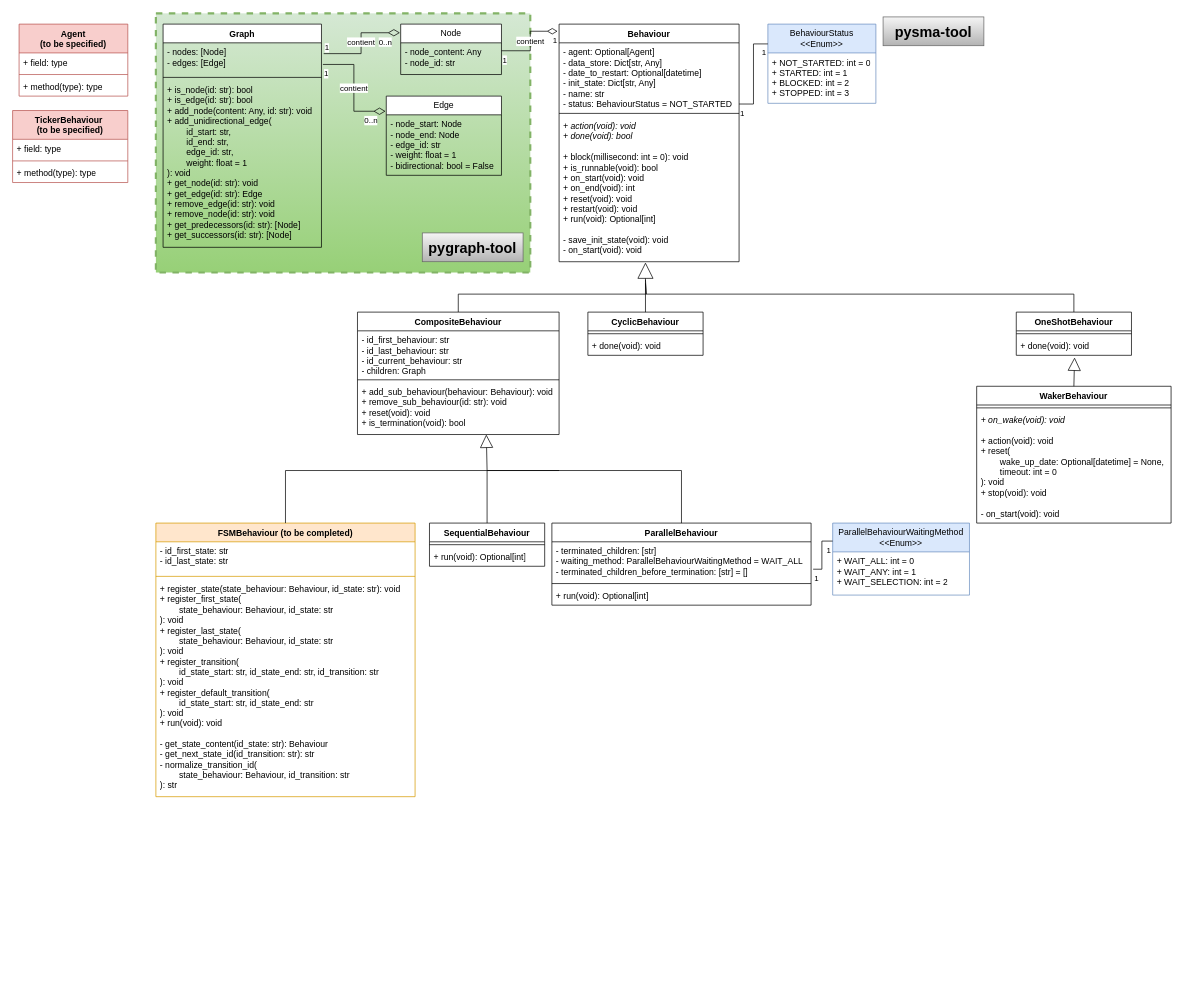
This is spec_sma.drawio from DevAI-64/pysma-tool, a draw.io file, before an edit. Source tidied: cells renumbered, new cells numbered last; positions are measured from the earlier drawing's top-left corner, leaving out a move shared by most shapes. Both pictures are drawn from the tidied source at 72%, with x=0, y=0 at pixel (12, 13).
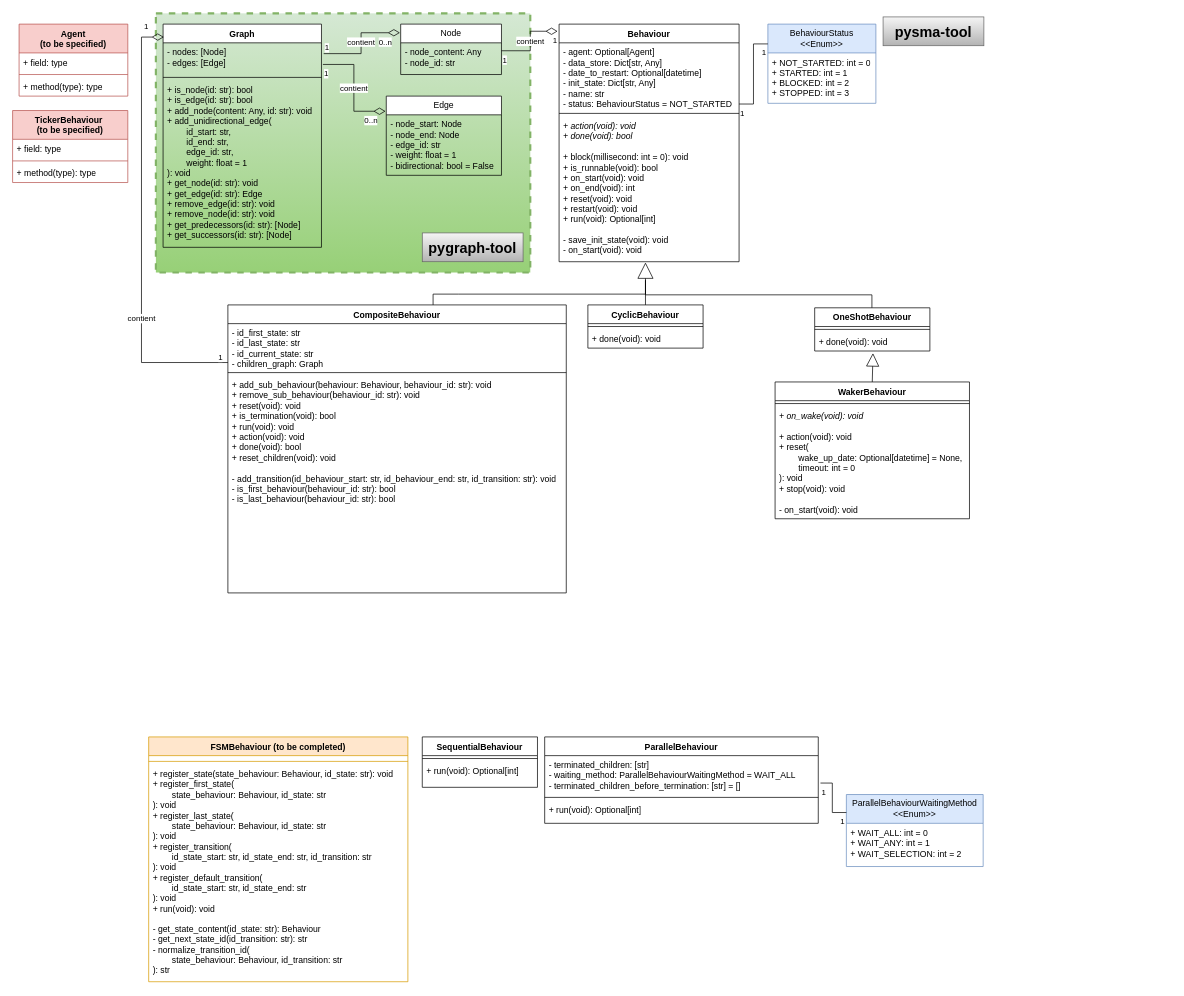
After the change.

Commit message:
Mettre à jour spec_sma.drawio

Unchanged cells that the change refers to:
```xml
<mxCell id="3" value="Graph" style="swimlane;fontStyle=1;align=center;verticalAlign=top;horizontal=1;startSize=26;whiteSpace=wrap;html=1;rounded=0;" parent="1" vertex="1">
  <mxGeometry x="209" y="15" width="220" height="310" as="geometry" />
</mxCell>
<mxCell id="8" value="- node_content: Any&lt;div&gt;- node_id: str&lt;/div&gt;" style="text;strokeColor=none;fillColor=none;align=left;verticalAlign=top;spacingLeft=4;spacingRight=4;overflow=hidden;points=[[0,0.5],[1,0.5]];portConstraint=eastwest;whiteSpace=wrap;html=1;rounded=0;" parent="7" vertex="1">
  <mxGeometry y="26" width="140" height="44" as="geometry" />
</mxCell>
<mxCell id="17" value="Behaviour" style="swimlane;fontStyle=1;align=center;verticalAlign=top;horizontal=1;startSize=26;whiteSpace=wrap;html=1;rounded=0;" parent="1" vertex="1">
  <mxGeometry x="759" y="15" width="250" height="330" as="geometry" />
</mxCell>
```

The edit, as a diff of the source:
```diff
@@
-    <mxCell id="21" value="contient" style="endArrow=diamondThin;html=1;endSize=12;startArrow=none;startSize=14;startFill=0;edgeStyle=orthogonalEdgeStyle;rounded=0;entryX=-0.008;entryY=0.03;entryDx=0;entryDy=0;entryPerimeter=0;endFill=0;exitX=1;exitY=0.25;exitDx=0;exitDy=0;exitPerimeter=0;" parent="1" edge="1" source="8" target="17">
+    <mxCell id="21" value="contient" style="endArrow=diamondThin;html=1;endSize=14;startArrow=none;startSize=14;startFill=0;edgeStyle=orthogonalEdgeStyle;rounded=0;entryX=-0.008;entryY=0.03;entryDx=0;entryDy=0;entryPerimeter=0;endFill=0;exitX=1;exitY=0.25;exitDx=0;exitDy=0;exitPerimeter=0;" parent="1" edge="1" source="8" target="17">
       <mxGeometry relative="1" as="geometry" />
     </mxCell>
@@
-    <mxCell id="24" style="edgeStyle=orthogonalEdgeStyle;rounded=0;jettySize=auto;html=1;exitX=0.5;exitY=0;exitDx=0;exitDy=0;endArrow=none;endFill=0;exitPerimeter=0;" parent="1" edge="1" source="25">
-      <mxGeometry relative="1" as="geometry">
-        <mxPoint x="879" y="375" as="targetPoint" />
-        <Array as="points">
-          <mxPoint x="1474" y="390" />
-          <mxPoint x="880" y="390" />
-        </Array>
-      </mxGeometry>
-    </mxCell>
+    <mxCell id="75" style="edgeStyle=orthogonalEdgeStyle;rounded=0;orthogonalLoop=1;jettySize=auto;html=1;endArrow=none;endFill=0;" parent="1" edge="1">
+      <mxGeometry relative="1" as="geometry">
+        <mxPoint x="1189" y="415" as="sourcePoint" />
+        <mxPoint x="879" y="371" as="targetPoint" />
+        <Array as="points">
+          <mxPoint x="1193.5" y="391" />
+          <mxPoint x="879.5" y="391" />
+        </Array>
+      </mxGeometry>
+    </mxCell>
     <mxCell id="25" value="OneShotBehaviour" style="swimlane;fontStyle=1;align=center;verticalAlign=top;horizontal=1;startSize=26;whiteSpace=wrap;html=1;rounded=0;" parent="1" vertex="1">
-      <mxGeometry x="1394" y="415" width="160" height="60" as="geometry" />
+      <mxGeometry x="1114" y="409" width="160" height="60" as="geometry" />
     </mxCell>
@@
     <mxCell id="28" value="CyclicBehaviour" style="swimlane;fontStyle=1;align=center;verticalAlign=top;horizontal=1;startSize=26;whiteSpace=wrap;html=1;rounded=0;" parent="1" vertex="1">
-      <mxGeometry x="799" y="415" width="160" height="60" as="geometry" />
+      <mxGeometry x="799" y="405" width="160" height="60" as="geometry" />
     </mxCell>
@@
     <mxCell id="31" value="WakerBehaviour" style="swimlane;fontStyle=1;align=center;verticalAlign=top;horizontal=1;startSize=26;whiteSpace=wrap;html=1;rounded=0;" parent="1" vertex="1">
-      <mxGeometry x="1339" y="518" width="270" height="190" as="geometry" />
+      <mxGeometry x="1059" y="512" width="270" height="190" as="geometry" />
     </mxCell>
@@
-    <mxCell id="34" style="edgeStyle=orthogonalEdgeStyle;rounded=0;jettySize=auto;html=1;endArrow=none;endFill=0;exitX=0.5;exitY=0;exitDx=0;exitDy=0;" parent="1" edge="1" source="35">
+    <mxCell id="34" style="edgeStyle=orthogonalEdgeStyle;rounded=0;orthogonalLoop=1;jettySize=auto;html=1;endArrow=none;endFill=0;exitX=0.5;exitY=0;exitDx=0;exitDy=0;" parent="1" edge="1">
       <mxGeometry relative="1" as="geometry">
+        <mxPoint x="584" y="405" as="sourcePoint" />
         <mxPoint x="879" y="370" as="targetPoint" />
         <Array as="points">
           <mxPoint x="619" y="390" />
           <mxPoint x="880" y="390" />
         </Array>
       </mxGeometry>
     </mxCell>
     <mxCell id="35" value="CompositeBehaviour" style="swimlane;fontStyle=1;align=center;verticalAlign=top;horizontal=1;startSize=26;whiteSpace=wrap;html=1;rounded=0;" parent="1" vertex="1">
-      <mxGeometry x="479" y="415" width="280" height="170" as="geometry" />
+      <mxGeometry x="299" y="405" width="470" height="400" as="geometry" />
     </mxCell>
-    <mxCell id="36" value="- id_first_behaviour: str&lt;div&gt;- id_last_behaviour: str&lt;/div&gt;&lt;div&gt;- id_current_behaviour: str&lt;/div&gt;&lt;div&gt;- children: Graph&lt;/div&gt;" style="text;strokeColor=none;fillColor=none;align=left;verticalAlign=top;spacingLeft=4;spacingRight=4;overflow=hidden;points=[[0,0.5],[1,0.5]];portConstraint=eastwest;whiteSpace=wrap;html=1;rounded=0;" parent="35" vertex="1">
-      <mxGeometry y="26" width="280" height="64" as="geometry" />
+    <mxCell id="36" value="- id_first_state: str&lt;div&gt;- id_last_state: str&lt;/div&gt;&lt;div&gt;- id_current_state: str&lt;/div&gt;&lt;div&gt;- children_graph: Graph&lt;/div&gt;" style="text;strokeColor=none;fillColor=none;align=left;verticalAlign=top;spacingLeft=4;spacingRight=4;overflow=hidden;points=[[0,0.5],[1,0.5]];portConstraint=eastwest;whiteSpace=wrap;html=1;rounded=0;" parent="35" vertex="1">
+      <mxGeometry y="26" width="470" height="64" as="geometry" />
     </mxCell>
     <mxCell id="37" style="line;strokeWidth=1;fillColor=none;align=left;verticalAlign=middle;spacingTop=-1;spacingLeft=3;spacingRight=3;labelPosition=right;strokeColor=inherit;rounded=0;" parent="35" vertex="1">
-      <mxGeometry y="90" width="280" height="8" as="geometry" />
+      <mxGeometry y="90" width="470" height="8" as="geometry" />
     </mxCell>
-    <mxCell id="38" value="+ add_sub_behaviour(behaviour: Behaviour): void&lt;div&gt;+ remove_sub_behaviour(id: str): void&lt;/div&gt;&lt;div&gt;+ reset(void): void&lt;/div&gt;&lt;div&gt;+ is_termination(void): bool&lt;br&gt;&lt;div&gt;&lt;br&gt;&lt;/div&gt;&lt;/div&gt;" style="text;strokeColor=none;fillColor=none;align=left;verticalAlign=top;spacingLeft=4;spacingRight=4;overflow=hidden;points=[[0,0.5],[1,0.5]];portConstraint=eastwest;whiteSpace=wrap;html=1;rounded=0;" parent="35" vertex="1">
-      <mxGeometry y="98" width="280" height="72" as="geometry" />
+    <mxCell id="38" value="&lt;div&gt;&lt;div&gt;+ add_sub_behaviour(&lt;span style=&quot;background-color: initial;&quot;&gt;behaviour: Behaviour,&amp;nbsp;&lt;/span&gt;&lt;span style=&quot;background-color: initial;&quot;&gt;behaviour_id: str&lt;/span&gt;&lt;span style=&quot;background-color: initial;&quot;&gt;): void&lt;/span&gt;&lt;/div&gt;&lt;div&gt;&lt;div&gt;+ remove_sub_behaviour(behaviour_id&lt;span style=&quot;background-color: initial;&quot;&gt;: str&lt;/span&gt;&lt;span style=&quot;background-color: initial;&quot;&gt;): void&lt;/span&gt;&lt;/div&gt;&lt;/div&gt;&lt;/div&gt;&lt;div&gt;+ reset(void): void&lt;/div&gt;&lt;div&gt;+ is_termination(void): bool&lt;br&gt;&lt;div&gt;+ run(void): void&lt;/div&gt;&lt;/div&gt;&lt;div&gt;+ action(void): void&lt;/div&gt;&lt;div&gt;+ done(void): bool&lt;/div&gt;&lt;div&gt;+ reset_children(void): void&lt;/div&gt;&lt;div&gt;&lt;br&gt;&lt;/div&gt;&lt;div&gt;- add_transition(id_behaviour_start: str, id_behaviour_end: str, id_transition: str): void&lt;/div&gt;&lt;div&gt;- is_first_behaviour(behaviour_id: str): bool&lt;/div&gt;&lt;div&gt;- is_last_behaviour(behaviour_id: str): bool&lt;/div&gt;&lt;div&gt;&lt;br&gt;&lt;/div&gt;" style="text;strokeColor=none;fillColor=none;align=left;verticalAlign=top;spacingLeft=4;spacingRight=4;overflow=hidden;points=[[0,0.5],[1,0.5]];portConstraint=eastwest;whiteSpace=wrap;html=1;rounded=0;" parent="35" vertex="1">
+      <mxGeometry y="98" width="470" height="302" as="geometry" />
     </mxCell>
     <mxCell id="39" value="FSMBehaviour (to be completed)" style="swimlane;fontStyle=1;align=center;verticalAlign=top;horizontal=1;startSize=26;whiteSpace=wrap;html=1;rounded=0;fillColor=#ffe6cc;strokeColor=#d79b00;" parent="1" vertex="1">
-      <mxGeometry x="199" y="708" width="360" height="380" as="geometry" />
+      <mxGeometry x="189" y="1005" width="360" height="340" as="geometry" />
     </mxCell>
-    <mxCell id="40" value="- id_first_state: str&lt;div&gt;- id_last_state: str&lt;/div&gt;" style="text;strokeColor=none;fillColor=none;align=left;verticalAlign=top;spacingLeft=4;spacingRight=4;overflow=hidden;whiteSpace=wrap;html=1;rounded=0;" parent="39" vertex="1">
-      <mxGeometry y="26" width="360" height="44" as="geometry" />
+    <mxCell id="40" value="&lt;div&gt;&lt;br&gt;&lt;/div&gt;" style="text;strokeColor=none;fillColor=none;align=left;verticalAlign=top;spacingLeft=4;spacingRight=4;overflow=hidden;whiteSpace=wrap;html=1;rounded=0;" parent="39" vertex="1">
+      <mxGeometry y="26" width="360" height="4" as="geometry" />
     </mxCell>
     <mxCell id="41" style="line;strokeWidth=1;fillColor=none;align=left;verticalAlign=middle;spacingTop=-1;spacingLeft=3;spacingRight=3;labelPosition=right;strokeColor=inherit;rounded=0;" parent="39" vertex="1">
-      <mxGeometry y="70" width="360" height="8" as="geometry" />
+      <mxGeometry y="30" width="360" height="8" as="geometry" />
     </mxCell>
     <mxCell id="42" value="+ register_state(state_behaviour: Behaviour, id_state: str): void&lt;div&gt;+ register_first_state(&lt;/div&gt;&lt;div&gt;&lt;span style=&quot;white-space: pre;&quot;&gt;&#9;&lt;/span&gt;state_behaviour: Behaviour,&amp;nbsp;&lt;span style=&quot;background-color: initial;&quot;&gt;id_state: str&lt;/span&gt;&lt;/div&gt;&lt;div&gt;): void&lt;/div&gt;&lt;div&gt;+ register_last_state(&lt;/div&gt;&lt;div&gt;&lt;span style=&quot;white-space: pre;&quot;&gt;&#9;&lt;/span&gt;state_behaviour: Behaviour,&amp;nbsp;&lt;span style=&quot;background-color: initial;&quot;&gt;id_state: str&lt;/span&gt;&lt;/div&gt;&lt;div&gt;&lt;span style=&quot;background-color: initial;&quot;&gt;): void&lt;/span&gt;&lt;/div&gt;&lt;div&gt;&lt;span style=&quot;background-color: initial;&quot;&gt;+ register_transition(&lt;/span&gt;&lt;/div&gt;&lt;div&gt;&lt;span style=&quot;background-color: initial;&quot;&gt;&lt;span style=&quot;white-space: pre;&quot;&gt;&#9;&lt;/span&gt;id_state_start: str,&amp;nbsp;&lt;/span&gt;&lt;span style=&quot;background-color: initial;&quot;&gt;id_state_end: str,&amp;nbsp;&lt;/span&gt;&lt;span style=&quot;background-color: initial;&quot;&gt;id_transition: str&lt;/span&gt;&lt;/div&gt;&lt;div&gt;&lt;span style=&quot;background-color: initial;&quot;&gt;): void&lt;/span&gt;&lt;/div&gt;&lt;div&gt;&lt;span style=&quot;background-color: initial;&quot;&gt;+ register_default_transition(&lt;/span&gt;&lt;/div&gt;&lt;div&gt;&lt;div&gt;&lt;span style=&quot;background-color: initial;&quot;&gt;&lt;span style=&quot;white-space: pre;&quot;&gt;&#9;&lt;/span&gt;id_state_start: str,&amp;nbsp;&lt;/span&gt;&lt;span style=&quot;background-color: initial;&quot;&gt;id_state_end: str&lt;/span&gt;&lt;/div&gt;&lt;div&gt;&lt;span style=&quot;background-color: initial;&quot;&gt;): void&lt;/span&gt;&lt;/div&gt;&lt;/div&gt;&lt;div&gt;&lt;span style=&quot;background-color: initial;&quot;&gt;+ run(void): void&lt;/span&gt;&lt;/div&gt;&lt;div&gt;&lt;br&gt;&lt;/div&gt;&lt;div&gt;- get_state_content(id_state: str): Behaviour&lt;/div&gt;&lt;div&gt;- get_next_state_id(id_transition: str): str&lt;/div&gt;&lt;div&gt;- normalize_transition_id(&lt;/div&gt;&lt;div&gt;&lt;span style=&quot;white-space: pre;&quot;&gt;&#9;&lt;/span&gt;state_behaviour: Behaviour, id_transition: str&lt;/div&gt;&lt;div&gt;): str&lt;/div&gt;" style="text;strokeColor=none;fillColor=none;align=left;verticalAlign=top;spacingLeft=4;spacingRight=4;overflow=hidden;whiteSpace=wrap;html=1;rounded=0;" parent="39" vertex="1">
-      <mxGeometry y="78" width="360" height="302" as="geometry" />
+      <mxGeometry y="38" width="360" height="302" as="geometry" />
     </mxCell>
     <mxCell id="43" value="SequentialBehaviour" style="swimlane;fontStyle=1;align=center;verticalAlign=top;horizontal=1;startSize=26;whiteSpace=wrap;html=1;rounded=0;" parent="1" vertex="1">
-      <mxGeometry x="579" y="708" width="160" height="60" as="geometry" />
+      <mxGeometry x="569" y="1005" width="160" height="70" as="geometry" />
     </mxCell>
@@
-    <mxCell id="45" value="+ run(void): Optional[int]" style="text;strokeColor=none;fillColor=none;align=left;verticalAlign=top;spacingLeft=4;spacingRight=4;overflow=hidden;whiteSpace=wrap;html=1;rounded=0;" parent="43" vertex="1">
-      <mxGeometry y="34" width="160" height="26" as="geometry" />
+    <mxCell id="45" value="+ run(void): Optional[int]&lt;div&gt;&lt;br&gt;&lt;/div&gt;" style="text;strokeColor=none;fillColor=none;align=left;verticalAlign=top;spacingLeft=4;spacingRight=4;overflow=hidden;whiteSpace=wrap;html=1;rounded=0;" parent="43" vertex="1">
+      <mxGeometry y="34" width="160" height="36" as="geometry" />
     </mxCell>
@@
     <mxCell id="50" value="ParallelBehaviour" style="swimlane;fontStyle=1;align=center;verticalAlign=top;horizontal=1;startSize=26;whiteSpace=wrap;html=1;rounded=0;" parent="1" vertex="1">
-      <mxGeometry x="749" y="708" width="360" height="114" as="geometry" />
+      <mxGeometry x="739" y="1005" width="380" height="120" as="geometry" />
     </mxCell>
     <mxCell id="51" value="- terminated_children: [str]&lt;div&gt;- waiting_method:&amp;nbsp;&lt;span style=&quot;text-align: center; background-color: initial;&quot;&gt;ParallelBehaviourWaitingMethod = WAIT_ALL&lt;/span&gt;&lt;/div&gt;&lt;div&gt;&lt;span style=&quot;text-align: center; background-color: initial;&quot;&gt;- terminated_children_before_termination: [str] = []&lt;/span&gt;&lt;/div&gt;" style="text;strokeColor=none;fillColor=none;align=left;verticalAlign=top;spacingLeft=4;spacingRight=4;overflow=hidden;points=[[0,0.5],[1,0.5]];portConstraint=eastwest;whiteSpace=wrap;html=1;rounded=0;" parent="50" vertex="1">
-      <mxGeometry y="26" width="360" height="54" as="geometry" />
+      <mxGeometry y="26" width="380" height="54" as="geometry" />
     </mxCell>
     <mxCell id="52" style="line;strokeWidth=1;fillColor=none;align=left;verticalAlign=middle;spacingTop=-1;spacingLeft=3;spacingRight=3;labelPosition=right;strokeColor=inherit;rounded=0;" parent="50" vertex="1">
-      <mxGeometry y="80" width="360" height="8" as="geometry" />
+      <mxGeometry y="80" width="380" height="8" as="geometry" />
     </mxCell>
     <mxCell id="53" value="+ run(void): Optional[int]" style="text;strokeColor=none;fillColor=none;align=left;verticalAlign=top;spacingLeft=4;spacingRight=4;overflow=hidden;whiteSpace=wrap;html=1;rounded=0;" parent="50" vertex="1">
-      <mxGeometry y="88" width="360" height="26" as="geometry" />
+      <mxGeometry y="88" width="380" height="32" as="geometry" />
     </mxCell>
-    <mxCell id="54" style="endArrow=block;endSize=16;endFill=0;html=1;rounded=0;exitX=0.5;exitY=0;exitDx=0;exitDy=0;entryX=0.639;entryY=1;entryDx=0;entryDy=0;entryPerimeter=0;" parent="1" edge="1" source="50" target="38">
-      <mxGeometry relative="1" as="geometry">
-        <Array as="points">
-          <mxPoint x="929" y="635" />
-          <mxPoint x="659" y="635" />
-        </Array>
-      </mxGeometry>
-    </mxCell>
-    <mxCell id="55" style="endArrow=none;endFill=0;endSize=24;html=1;rounded=0;exitX=0.5;exitY=0;exitDx=0;exitDy=0;" parent="1" edge="1" source="43">
-      <mxGeometry relative="1" as="geometry">
-        <mxPoint x="759" y="635" as="targetPoint" />
-        <Array as="points">
-          <mxPoint x="659" y="635" />
-        </Array>
-      </mxGeometry>
-    </mxCell>
@@
     <mxCell id="61" value="&lt;div&gt;ParallelBehaviourWaitingMethod&lt;/div&gt;&lt;div&gt;&amp;lt;&amp;lt;Enum&amp;gt;&amp;gt;&lt;/div&gt;" style="swimlane;fontStyle=0;horizontal=1;startSize=40;whiteSpace=wrap;html=1;fillColor=#dae8fc;strokeColor=#6c8ebf;" parent="1" vertex="1">
-      <mxGeometry x="1139" y="708" width="190" height="100" as="geometry" />
+      <mxGeometry x="1158" y="1085" width="190" height="100" as="geometry" />
     </mxCell>
@@
-    <mxCell id="73" style="endArrow=none;endFill=0;endSize=24;html=1;rounded=0;exitX=0.5;exitY=0;exitDx=0;exitDy=0;" parent="1" edge="1" source="39">
-      <mxGeometry relative="1" as="geometry">
-        <mxPoint x="659" y="635" as="targetPoint" />
-        <Array as="points">
-          <mxPoint x="379" y="635" />
-        </Array>
-      </mxGeometry>
-    </mxCell>
@@
+    <mxCell id="76" value="contient" style="endArrow=diamondThin;html=1;endSize=14;startArrow=none;startSize=14;startFill=0;edgeStyle=orthogonalEdgeStyle;rounded=0;exitX=0;exitY=0.844;exitDx=0;exitDy=0;exitPerimeter=0;entryX=0.005;entryY=0.058;entryDx=0;entryDy=0;entryPerimeter=0;endFill=0;" parent="1" edge="1" source="36" target="3">
+      <mxGeometry x="-0.4" relative="1" as="geometry">
+        <Array as="points">
+          <mxPoint x="179" y="485" />
+          <mxPoint x="179" y="33" />
+        </Array>
+      </mxGeometry>
+    </mxCell>
+    <mxCell id="77" value="1" style="edgeLabel;html=1;align=left;verticalAlign=top;" parent="76" vertex="1">
+      <mxGeometry x="-1" relative="1" as="geometry">
+        <mxPoint x="-15" y="-20" as="offset" />
+      </mxGeometry>
+    </mxCell>
+    <mxCell id="78" value="1" style="edgeLabel;html=1;align=right;verticalAlign=top;" parent="76" vertex="1">
+      <mxGeometry x="1" relative="1" as="geometry">
+        <mxPoint x="-21" y="-28" as="offset" />
+      </mxGeometry>
+    </mxCell>
```
